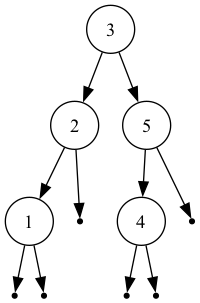
The Graphviz diagram tree.png in SharQawyCS/Optimal-Binary-Search-Tree, before a commit. Its source is kept beside it as tree.dot.
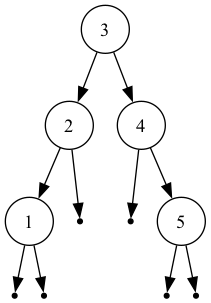
Later version of the same file.

Change to the diagram source:
```diff
@@ -8,12 +8,12 @@
   "1" -> null1;
   null2 [shape=point];
   "2" -> null2;
-  "3" -> "5";
-  "5" -> "4";
+  "3" -> "4";
   null3 [shape=point];
   "4" -> null3;
+  "4" -> "5";
   null4 [shape=point];
-  "4" -> null4;
+  "5" -> null4;
   null5 [shape=point];
   "5" -> null5;
 }
```
